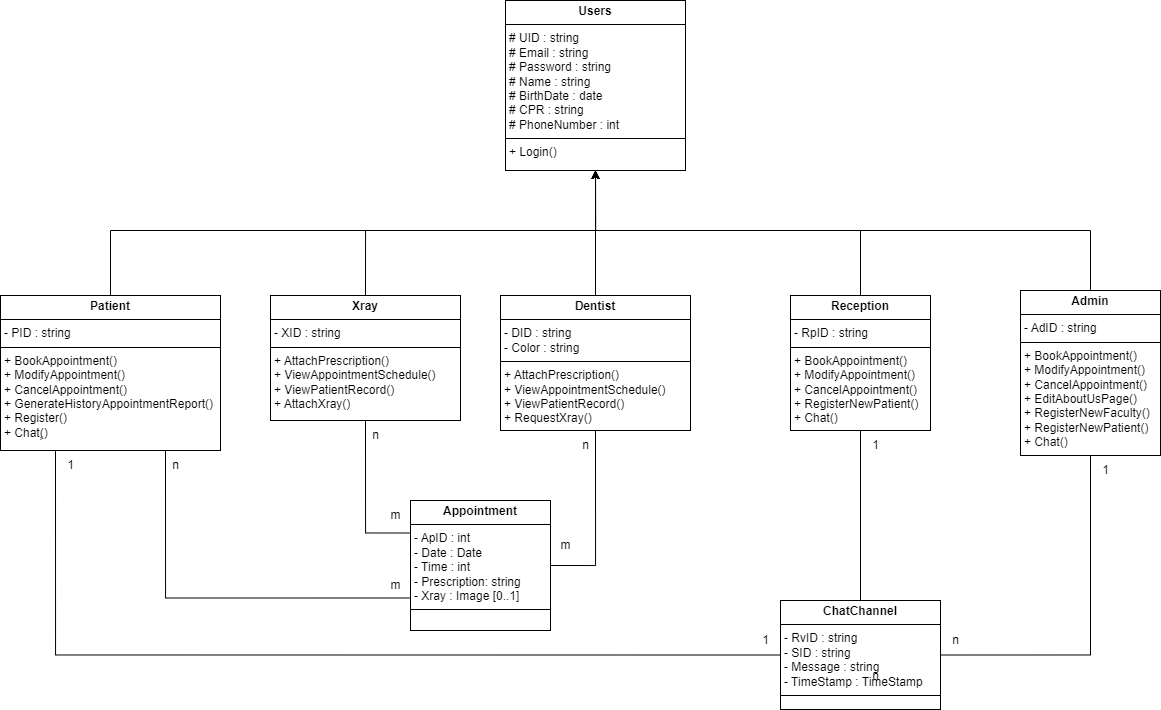
Before: Design/Class Diagram.png, a diagram exported from draw.io (MohamedIsa/Dental-Clinic-System). Source tidied: cells renumbered, new cells last; positions are measured from the earlier drawing's top-left corner, leaving out a move shared by most shapes.
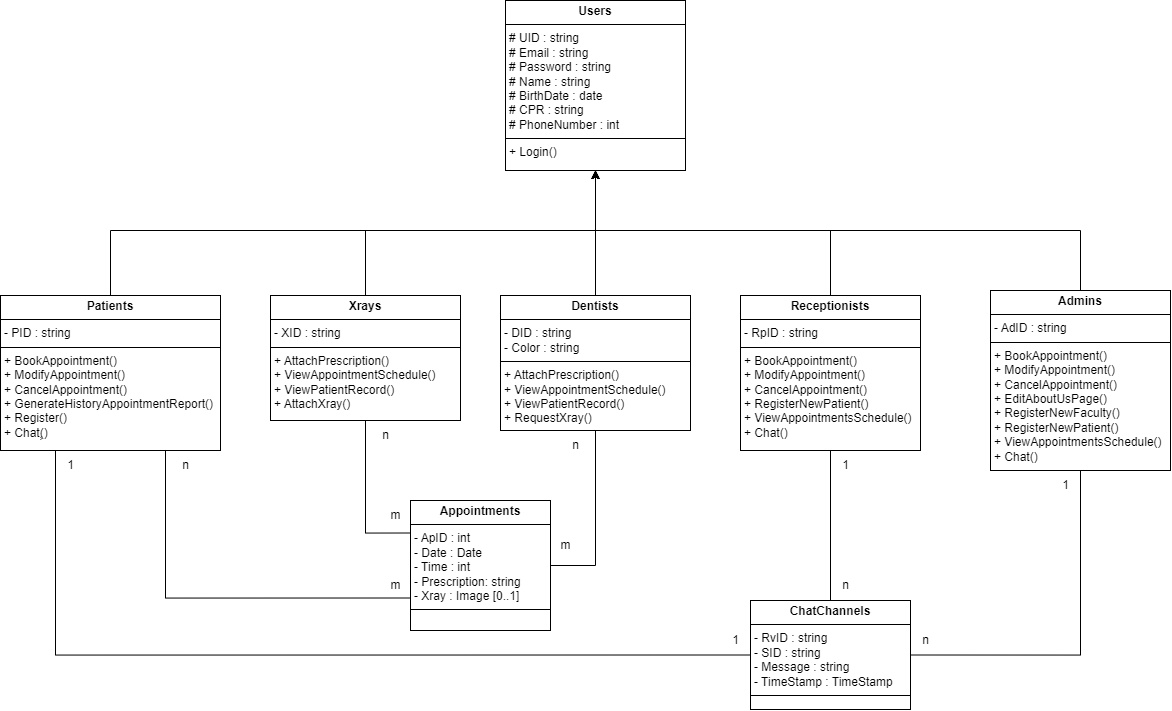
Later version of the same file.

Commit message:
Update Class Diagram

Diff of the diagram source:
```diff
@@ -7,3 +7,3 @@
     </mxCell>
-    <mxCell id="3" value="&lt;p style=&quot;margin:0px;margin-top:4px;text-align:center;&quot;&gt;&lt;b&gt;Dentist&lt;/b&gt;&lt;/p&gt;&lt;hr size=&quot;1&quot; style=&quot;border-style:solid;&quot;&gt;&lt;p style=&quot;margin:0px;margin-left:4px;&quot;&gt;- DID : string&lt;/p&gt;&lt;p style=&quot;margin:0px;margin-left:4px;&quot;&gt;- Color : string&lt;/p&gt;&lt;hr size=&quot;1&quot; style=&quot;border-style:solid;&quot;&gt;&lt;p style=&quot;margin:0px;margin-left:4px;&quot;&gt;&lt;span style=&quot;background-color: initial;&quot;&gt;+ AttachPrescription()&lt;/span&gt;&lt;br&gt;&lt;/p&gt;&lt;p style=&quot;margin:0px;margin-left:4px;&quot;&gt;+ ViewAppointmentSchedule()&lt;/p&gt;&lt;p style=&quot;margin:0px;margin-left:4px;&quot;&gt;+ ViewPatientRecord()&lt;/p&gt;&lt;p style=&quot;margin:0px;margin-left:4px;&quot;&gt;+ RequestXray()&lt;/p&gt;&lt;p style=&quot;margin:0px;margin-left:4px;&quot;&gt;&lt;br&gt;&lt;/p&gt;" style="verticalAlign=top;align=left;overflow=fill;html=1;whiteSpace=wrap;" parent="1" vertex="1">
+    <mxCell id="3" value="&lt;p style=&quot;margin:0px;margin-top:4px;text-align:center;&quot;&gt;&lt;b&gt;Dentists&lt;/b&gt;&lt;/p&gt;&lt;hr size=&quot;1&quot; style=&quot;border-style:solid;&quot;&gt;&lt;p style=&quot;margin:0px;margin-left:4px;&quot;&gt;- DID : string&lt;/p&gt;&lt;p style=&quot;margin:0px;margin-left:4px;&quot;&gt;- Color : string&lt;/p&gt;&lt;hr size=&quot;1&quot; style=&quot;border-style:solid;&quot;&gt;&lt;p style=&quot;margin:0px;margin-left:4px;&quot;&gt;&lt;span style=&quot;background-color: initial;&quot;&gt;+ AttachPrescription()&lt;/span&gt;&lt;br&gt;&lt;/p&gt;&lt;p style=&quot;margin:0px;margin-left:4px;&quot;&gt;+ ViewAppointmentSchedule()&lt;/p&gt;&lt;p style=&quot;margin:0px;margin-left:4px;&quot;&gt;+ ViewPatientRecord()&lt;/p&gt;&lt;p style=&quot;margin:0px;margin-left:4px;&quot;&gt;+ RequestXray()&lt;/p&gt;&lt;p style=&quot;margin:0px;margin-left:4px;&quot;&gt;&lt;br&gt;&lt;/p&gt;" style="verticalAlign=top;align=left;overflow=fill;html=1;whiteSpace=wrap;" parent="1" vertex="1">
       <mxGeometry x="500" y="295" width="190" height="135" as="geometry" />
@@ -18,3 +18,3 @@
     </mxCell>
-    <mxCell id="5" value="&lt;p style=&quot;margin:0px;margin-top:4px;text-align:center;&quot;&gt;&lt;b&gt;Patient&lt;/b&gt;&lt;br&gt;&lt;/p&gt;&lt;hr size=&quot;1&quot; style=&quot;border-style:solid;&quot;&gt;&lt;p style=&quot;margin:0px;margin-left:4px;&quot;&gt;- PID : string&lt;br&gt;&lt;/p&gt;&lt;hr size=&quot;1&quot; style=&quot;border-style:solid;&quot;&gt;&lt;p style=&quot;margin:0px;margin-left:4px;&quot;&gt;+ BookAppointment()&lt;span style=&quot;background-color: initial;&quot;&gt;&lt;br&gt;&lt;/span&gt;&lt;/p&gt;&lt;p style=&quot;margin:0px;margin-left:4px;&quot;&gt;+ ModifyAppointment()&lt;/p&gt;&lt;p style=&quot;margin:0px;margin-left:4px;&quot;&gt;&lt;span style=&quot;background-color: initial;&quot;&gt;+ CancelAppointment()&lt;/span&gt;&lt;br&gt;&lt;/p&gt;&lt;p style=&quot;margin:0px;margin-left:4px;&quot;&gt;+ GenerateHistoryAppointmentReport()&lt;span style=&quot;background-color: initial;&quot;&gt;&lt;br&gt;&lt;/span&gt;&lt;/p&gt;&lt;p style=&quot;margin:0px;margin-left:4px;&quot;&gt;+ Register()&lt;/p&gt;&lt;p style=&quot;margin:0px;margin-left:4px;&quot;&gt;+ Chat(ٍ)&lt;span style=&quot;background-color: initial;&quot;&gt;&lt;br&gt;&lt;/span&gt;&lt;/p&gt;&lt;p style=&quot;margin:0px;margin-left:4px;&quot;&gt;&lt;span style=&quot;background-color: initial;&quot;&gt;&lt;br&gt;&lt;/span&gt;&lt;/p&gt;" style="verticalAlign=top;align=left;overflow=fill;html=1;whiteSpace=wrap;" parent="1" vertex="1">
+    <mxCell id="5" value="&lt;p style=&quot;margin:0px;margin-top:4px;text-align:center;&quot;&gt;&lt;b&gt;Patients&lt;/b&gt;&lt;br&gt;&lt;/p&gt;&lt;hr size=&quot;1&quot; style=&quot;border-style:solid;&quot;&gt;&lt;p style=&quot;margin:0px;margin-left:4px;&quot;&gt;- PID : string&lt;br&gt;&lt;/p&gt;&lt;hr size=&quot;1&quot; style=&quot;border-style:solid;&quot;&gt;&lt;p style=&quot;margin:0px;margin-left:4px;&quot;&gt;+ BookAppointment()&lt;span style=&quot;background-color: initial;&quot;&gt;&lt;br&gt;&lt;/span&gt;&lt;/p&gt;&lt;p style=&quot;margin:0px;margin-left:4px;&quot;&gt;+ ModifyAppointment()&lt;/p&gt;&lt;p style=&quot;margin:0px;margin-left:4px;&quot;&gt;&lt;span style=&quot;background-color: initial;&quot;&gt;+ CancelAppointment()&lt;/span&gt;&lt;br&gt;&lt;/p&gt;&lt;p style=&quot;margin:0px;margin-left:4px;&quot;&gt;+ GenerateHistoryAppointmentReport()&lt;span style=&quot;background-color: initial;&quot;&gt;&lt;br&gt;&lt;/span&gt;&lt;/p&gt;&lt;p style=&quot;margin:0px;margin-left:4px;&quot;&gt;+ Register()&lt;/p&gt;&lt;p style=&quot;margin:0px;margin-left:4px;&quot;&gt;+ Chat(ٍ)&lt;span style=&quot;background-color: initial;&quot;&gt;&lt;br&gt;&lt;/span&gt;&lt;/p&gt;&lt;p style=&quot;margin:0px;margin-left:4px;&quot;&gt;&lt;span style=&quot;background-color: initial;&quot;&gt;&lt;br&gt;&lt;/span&gt;&lt;/p&gt;" style="verticalAlign=top;align=left;overflow=fill;html=1;whiteSpace=wrap;" parent="1" vertex="1">
       <mxGeometry y="295" width="220" height="155" as="geometry" />
@@ -27,3 +27,3 @@
         <Array as="points">
-          <mxPoint x="1090" y="230" />
+          <mxPoint x="1080" y="230" />
           <mxPoint x="595" y="230" />
@@ -32,6 +32,6 @@
     </mxCell>
-    <mxCell id="8" value="&lt;p style=&quot;margin:0px;margin-top:4px;text-align:center;&quot;&gt;&lt;b&gt;Admin&lt;/b&gt;&lt;br&gt;&lt;/p&gt;&lt;hr size=&quot;1&quot; style=&quot;border-style:solid;&quot;&gt;&lt;p style=&quot;margin: 0px 0px 0px 4px;&quot;&gt;- AdID : string&lt;br&gt;&lt;/p&gt;&lt;hr size=&quot;1&quot; style=&quot;border-style:solid;&quot;&gt;&lt;p style=&quot;margin:0px;margin-left:4px;&quot;&gt;+ BookAppointment()&lt;span style=&quot;background-color: initial;&quot;&gt;&lt;br&gt;&lt;/span&gt;&lt;/p&gt;&lt;p style=&quot;margin:0px;margin-left:4px;&quot;&gt;+ ModifyAppointment()&lt;/p&gt;&lt;p style=&quot;margin:0px;margin-left:4px;&quot;&gt;&lt;span style=&quot;background-color: initial;&quot;&gt;+ CancelAppointment()&lt;/span&gt;&lt;/p&gt;&lt;p style=&quot;margin:0px;margin-left:4px;&quot;&gt;+ EditAboutUsPage()&lt;/p&gt;&lt;p style=&quot;margin:0px;margin-left:4px;&quot;&gt;+ RegisterNewFaculty()&lt;/p&gt;&lt;p style=&quot;margin:0px;margin-left:4px;&quot;&gt;+ RegisterNewPatient()&lt;br&gt;&lt;/p&gt;&lt;p style=&quot;margin:0px;margin-left:4px;&quot;&gt;+ Chat()&lt;/p&gt;" style="verticalAlign=top;align=left;overflow=fill;html=1;whiteSpace=wrap;" parent="1" vertex="1">
-      <mxGeometry x="1020" y="290" width="140" height="165" as="geometry" />
+    <mxCell id="8" value="&lt;p style=&quot;margin:0px;margin-top:4px;text-align:center;&quot;&gt;&lt;b&gt;Admins&lt;/b&gt;&lt;br&gt;&lt;/p&gt;&lt;hr size=&quot;1&quot; style=&quot;border-style:solid;&quot;&gt;&lt;p style=&quot;margin: 0px 0px 0px 4px;&quot;&gt;- AdID : string&lt;br&gt;&lt;/p&gt;&lt;hr size=&quot;1&quot; style=&quot;border-style:solid;&quot;&gt;&lt;p style=&quot;margin:0px;margin-left:4px;&quot;&gt;+ BookAppointment()&lt;span style=&quot;background-color: initial;&quot;&gt;&lt;br&gt;&lt;/span&gt;&lt;/p&gt;&lt;p style=&quot;margin:0px;margin-left:4px;&quot;&gt;+ ModifyAppointment()&lt;/p&gt;&lt;p style=&quot;margin:0px;margin-left:4px;&quot;&gt;&lt;span style=&quot;background-color: initial;&quot;&gt;+ CancelAppointment()&lt;/span&gt;&lt;/p&gt;&lt;p style=&quot;margin:0px;margin-left:4px;&quot;&gt;+ EditAboutUsPage()&lt;/p&gt;&lt;p style=&quot;margin:0px;margin-left:4px;&quot;&gt;+ RegisterNewFaculty()&lt;/p&gt;&lt;p style=&quot;margin:0px;margin-left:4px;&quot;&gt;+ RegisterNewPatient()&lt;br&gt;&lt;/p&gt;&lt;p style=&quot;margin:0px;margin-left:4px;&quot;&gt;+ ViewAppointmentsSchedule()&lt;/p&gt;&lt;p style=&quot;margin:0px;margin-left:4px;&quot;&gt;+ Chat()&lt;/p&gt;" style="verticalAlign=top;align=left;overflow=fill;html=1;whiteSpace=wrap;" parent="1" vertex="1">
+      <mxGeometry x="990" y="290" width="180" height="180" as="geometry" />
     </mxCell>
-    <mxCell id="9" value="&lt;p style=&quot;margin:0px;margin-top:4px;text-align:center;&quot;&gt;&lt;b&gt;Appointment&lt;/b&gt;&lt;/p&gt;&lt;hr size=&quot;1&quot; style=&quot;border-style:solid;&quot;&gt;&lt;p style=&quot;margin:0px;margin-left:4px;&quot;&gt;- ApID : int&lt;/p&gt;&lt;p style=&quot;margin:0px;margin-left:4px;&quot;&gt;- Date : Date&lt;/p&gt;&lt;p style=&quot;margin:0px;margin-left:4px;&quot;&gt;- Time : int&lt;/p&gt;&lt;p style=&quot;margin: 0px 0px 0px 4px;&quot;&gt;- Prescription: string&lt;/p&gt;&lt;p style=&quot;margin: 0px 0px 0px 4px;&quot;&gt;&lt;span style=&quot;background-color: initial;&quot;&gt;- Xray : Image [0..1]&lt;/span&gt;&lt;/p&gt;&lt;hr size=&quot;1&quot; style=&quot;border-style:solid;&quot;&gt;&lt;p style=&quot;margin:0px;margin-left:4px;&quot;&gt;&lt;br&gt;&lt;/p&gt;" style="verticalAlign=top;align=left;overflow=fill;html=1;whiteSpace=wrap;" parent="1" vertex="1">
+    <mxCell id="9" value="&lt;p style=&quot;margin:0px;margin-top:4px;text-align:center;&quot;&gt;&lt;b&gt;Appointments&lt;/b&gt;&lt;/p&gt;&lt;hr size=&quot;1&quot; style=&quot;border-style:solid;&quot;&gt;&lt;p style=&quot;margin:0px;margin-left:4px;&quot;&gt;- ApID : int&lt;/p&gt;&lt;p style=&quot;margin:0px;margin-left:4px;&quot;&gt;- Date : Date&lt;/p&gt;&lt;p style=&quot;margin:0px;margin-left:4px;&quot;&gt;- Time : int&lt;/p&gt;&lt;p style=&quot;margin: 0px 0px 0px 4px;&quot;&gt;- Prescription: string&lt;/p&gt;&lt;p style=&quot;margin: 0px 0px 0px 4px;&quot;&gt;&lt;span style=&quot;background-color: initial;&quot;&gt;- Xray : Image [0..1]&lt;/span&gt;&lt;/p&gt;&lt;hr size=&quot;1&quot; style=&quot;border-style:solid;&quot;&gt;&lt;p style=&quot;margin:0px;margin-left:4px;&quot;&gt;&lt;br&gt;&lt;/p&gt;" style="verticalAlign=top;align=left;overflow=fill;html=1;whiteSpace=wrap;" parent="1" vertex="1">
       <mxGeometry x="410" y="500" width="140" height="130" as="geometry" />
@@ -46,7 +46,7 @@
     </mxCell>
-    <mxCell id="11" value="&lt;p style=&quot;margin:0px;margin-top:4px;text-align:center;&quot;&gt;&lt;b&gt;Reception&lt;/b&gt;&lt;br&gt;&lt;/p&gt;&lt;hr size=&quot;1&quot; style=&quot;border-style:solid;&quot;&gt;&lt;p style=&quot;margin: 0px 0px 0px 4px;&quot;&gt;- RpID : string&lt;br&gt;&lt;/p&gt;&lt;hr size=&quot;1&quot; style=&quot;border-style:solid;&quot;&gt;&lt;p style=&quot;margin: 0px 0px 0px 4px;&quot;&gt;+ BookAppointment()&lt;span style=&quot;background-color: initial;&quot;&gt;&lt;br&gt;&lt;/span&gt;&lt;/p&gt;&lt;p style=&quot;margin: 0px 0px 0px 4px;&quot;&gt;+ ModifyAppointment()&lt;/p&gt;&lt;p style=&quot;margin: 0px 0px 0px 4px;&quot;&gt;&lt;span style=&quot;background-color: initial;&quot;&gt;+ CancelAppointment()&lt;/span&gt;&lt;/p&gt;&lt;p style=&quot;margin: 0px 0px 0px 4px;&quot;&gt;+ RegisterNewPatient()&lt;br&gt;&lt;/p&gt;&lt;p style=&quot;margin: 0px 0px 0px 4px;&quot;&gt;+ Chat()&lt;/p&gt;" style="verticalAlign=top;align=left;overflow=fill;html=1;whiteSpace=wrap;" parent="1" vertex="1">
-      <mxGeometry x="790" y="295" width="140" height="135" as="geometry" />
+    <mxCell id="11" value="&lt;p style=&quot;margin:0px;margin-top:4px;text-align:center;&quot;&gt;&lt;b&gt;Receptionists&lt;/b&gt;&lt;br&gt;&lt;/p&gt;&lt;hr size=&quot;1&quot; style=&quot;border-style:solid;&quot;&gt;&lt;p style=&quot;margin: 0px 0px 0px 4px;&quot;&gt;- RpID : string&lt;br&gt;&lt;/p&gt;&lt;hr size=&quot;1&quot; style=&quot;border-style:solid;&quot;&gt;&lt;p style=&quot;margin: 0px 0px 0px 4px;&quot;&gt;+ BookAppointment()&lt;span style=&quot;background-color: initial;&quot;&gt;&lt;br&gt;&lt;/span&gt;&lt;/p&gt;&lt;p style=&quot;margin: 0px 0px 0px 4px;&quot;&gt;+ ModifyAppointment()&lt;/p&gt;&lt;p style=&quot;margin: 0px 0px 0px 4px;&quot;&gt;&lt;span style=&quot;background-color: initial;&quot;&gt;+ CancelAppointment()&lt;/span&gt;&lt;/p&gt;&lt;p style=&quot;margin: 0px 0px 0px 4px;&quot;&gt;+ RegisterNewPatient()&lt;br&gt;&lt;/p&gt;&lt;p style=&quot;margin: 0px 0px 0px 4px;&quot;&gt;+ ViewAppointmentsSchedule()&lt;br&gt;&lt;/p&gt;&lt;p style=&quot;margin: 0px 0px 0px 4px;&quot;&gt;+ Chat()&lt;/p&gt;" style="verticalAlign=top;align=left;overflow=fill;html=1;whiteSpace=wrap;" parent="1" vertex="1">
+      <mxGeometry x="740" y="295" width="180" height="155" as="geometry" />
     </mxCell>
-    <mxCell id="12" value="&lt;p style=&quot;margin:0px;margin-top:4px;text-align:center;&quot;&gt;&lt;b&gt;ChatChannel&lt;/b&gt;&lt;/p&gt;&lt;hr size=&quot;1&quot; style=&quot;border-style:solid;&quot;&gt;&lt;p style=&quot;margin:0px;margin-left:4px;&quot;&gt;- RvID : string&lt;/p&gt;&lt;p style=&quot;margin:0px;margin-left:4px;&quot;&gt;- SID : string&lt;br&gt;&lt;/p&gt;&lt;p style=&quot;margin:0px;margin-left:4px;&quot;&gt;- Message : string&lt;/p&gt;&lt;p style=&quot;margin:0px;margin-left:4px;&quot;&gt;- TimeStamp : TimeStamp&lt;/p&gt;&lt;hr size=&quot;1&quot; style=&quot;border-style:solid;&quot;&gt;&lt;p style=&quot;margin:0px;margin-left:4px;&quot;&gt;&lt;br&gt;&lt;/p&gt;&lt;p style=&quot;margin:0px;margin-left:4px;&quot;&gt;&lt;br&gt;&lt;/p&gt;" style="verticalAlign=top;align=left;overflow=fill;html=1;whiteSpace=wrap;" parent="1" vertex="1">
-      <mxGeometry x="780" y="600" width="160" height="109" as="geometry" />
+    <mxCell id="12" value="&lt;p style=&quot;margin:0px;margin-top:4px;text-align:center;&quot;&gt;&lt;b&gt;ChatChannels&lt;/b&gt;&lt;/p&gt;&lt;hr size=&quot;1&quot; style=&quot;border-style:solid;&quot;&gt;&lt;p style=&quot;margin:0px;margin-left:4px;&quot;&gt;- RvID : string&lt;/p&gt;&lt;p style=&quot;margin:0px;margin-left:4px;&quot;&gt;- SID : string&lt;br&gt;&lt;/p&gt;&lt;p style=&quot;margin:0px;margin-left:4px;&quot;&gt;- Message : string&lt;/p&gt;&lt;p style=&quot;margin:0px;margin-left:4px;&quot;&gt;- TimeStamp : TimeStamp&lt;/p&gt;&lt;hr size=&quot;1&quot; style=&quot;border-style:solid;&quot;&gt;&lt;p style=&quot;margin:0px;margin-left:4px;&quot;&gt;&lt;br&gt;&lt;/p&gt;&lt;p style=&quot;margin:0px;margin-left:4px;&quot;&gt;&lt;br&gt;&lt;/p&gt;" style="verticalAlign=top;align=left;overflow=fill;html=1;whiteSpace=wrap;" parent="1" vertex="1">
+      <mxGeometry x="750" y="600" width="160" height="109" as="geometry" />
     </mxCell>
@@ -60,3 +60,3 @@
     </mxCell>
-    <mxCell id="14" value="&lt;p style=&quot;margin:0px;margin-top:4px;text-align:center;&quot;&gt;&lt;b&gt;Xray&lt;/b&gt;&lt;/p&gt;&lt;hr size=&quot;1&quot; style=&quot;border-style:solid;&quot;&gt;&lt;p style=&quot;margin:0px;margin-left:4px;&quot;&gt;- XID : string&lt;br&gt;&lt;/p&gt;&lt;hr size=&quot;1&quot; style=&quot;border-style:solid;&quot;&gt;&lt;p style=&quot;margin: 0px 0px 0px 4px;&quot;&gt;&lt;span style=&quot;background-color: initial;&quot;&gt;+ AttachPrescription()&lt;/span&gt;&lt;br&gt;&lt;/p&gt;&lt;p style=&quot;margin: 0px 0px 0px 4px;&quot;&gt;+ ViewAppointmentSchedule()&lt;/p&gt;&lt;p style=&quot;margin: 0px 0px 0px 4px;&quot;&gt;+ ViewPatientRecord()&lt;/p&gt;&lt;p style=&quot;margin: 0px 0px 0px 4px;&quot;&gt;+ AttachXray()&lt;/p&gt;&lt;p style=&quot;margin:0px;margin-left:4px;&quot;&gt;&lt;br&gt;&lt;/p&gt;" style="verticalAlign=top;align=left;overflow=fill;html=1;whiteSpace=wrap;" parent="1" vertex="1">
+    <mxCell id="14" value="&lt;p style=&quot;margin:0px;margin-top:4px;text-align:center;&quot;&gt;&lt;b&gt;Xrays&lt;/b&gt;&lt;/p&gt;&lt;hr size=&quot;1&quot; style=&quot;border-style:solid;&quot;&gt;&lt;p style=&quot;margin:0px;margin-left:4px;&quot;&gt;- XID : string&lt;br&gt;&lt;/p&gt;&lt;hr size=&quot;1&quot; style=&quot;border-style:solid;&quot;&gt;&lt;p style=&quot;margin: 0px 0px 0px 4px;&quot;&gt;&lt;span style=&quot;background-color: initial;&quot;&gt;+ AttachPrescription()&lt;/span&gt;&lt;br&gt;&lt;/p&gt;&lt;p style=&quot;margin: 0px 0px 0px 4px;&quot;&gt;+ ViewAppointmentSchedule()&lt;/p&gt;&lt;p style=&quot;margin: 0px 0px 0px 4px;&quot;&gt;+ ViewPatientRecord()&lt;/p&gt;&lt;p style=&quot;margin: 0px 0px 0px 4px;&quot;&gt;+ AttachXray()&lt;/p&gt;&lt;p style=&quot;margin:0px;margin-left:4px;&quot;&gt;&lt;br&gt;&lt;/p&gt;" style="verticalAlign=top;align=left;overflow=fill;html=1;whiteSpace=wrap;" parent="1" vertex="1">
       <mxGeometry x="270" y="295" width="190" height="125" as="geometry" />
@@ -71,3 +71,3 @@
     <mxCell id="16" value="n" style="text;html=1;align=center;verticalAlign=middle;strokeColor=none;fillColor=none;" parent="1" vertex="1">
-      <mxGeometry x="160" y="450" width="30" height="30" as="geometry" />
+      <mxGeometry x="170" y="450" width="30" height="30" as="geometry" />
     </mxCell>
@@ -83,3 +83,3 @@
     <mxCell id="20" value="1" style="text;html=1;align=center;verticalAlign=middle;strokeColor=none;fillColor=none;" parent="1" vertex="1">
-      <mxGeometry x="750" y="625" width="30" height="30" as="geometry" />
+      <mxGeometry x="720" y="625" width="30" height="30" as="geometry" />
     </mxCell>
@@ -89,6 +89,6 @@
     <mxCell id="22" value="n" style="text;html=1;align=center;verticalAlign=middle;strokeColor=none;fillColor=none;" parent="1" vertex="1">
-      <mxGeometry x="860" y="661" width="30" height="30" as="geometry" />
+      <mxGeometry x="830" y="570" width="30" height="30" as="geometry" />
     </mxCell>
     <mxCell id="23" value="1" style="text;html=1;align=center;verticalAlign=middle;strokeColor=none;fillColor=none;" parent="1" vertex="1">
-      <mxGeometry x="860" y="430" width="30" height="30" as="geometry" />
+      <mxGeometry x="830" y="450" width="30" height="30" as="geometry" />
     </mxCell>
@@ -98,6 +98,6 @@
     <mxCell id="25" value="n" style="text;html=1;align=center;verticalAlign=middle;strokeColor=none;fillColor=none;" parent="1" vertex="1">
-      <mxGeometry x="940" y="625" width="30" height="30" as="geometry" />
+      <mxGeometry x="910" y="625" width="30" height="30" as="geometry" />
     </mxCell>
     <mxCell id="26" value="1" style="text;html=1;align=center;verticalAlign=middle;strokeColor=none;fillColor=none;" parent="1" vertex="1">
-      <mxGeometry x="1090" y="455" width="30" height="30" as="geometry" />
+      <mxGeometry x="1050" y="470" width="30" height="30" as="geometry" />
     </mxCell>
@@ -107,3 +107,3 @@
     <mxCell id="28" value="n" style="text;html=1;align=center;verticalAlign=middle;strokeColor=none;fillColor=none;" parent="1" vertex="1">
-      <mxGeometry x="360" y="420" width="30" height="30" as="geometry" />
+      <mxGeometry x="370" y="420" width="30" height="30" as="geometry" />
     </mxCell>
@@ -119,3 +119,3 @@
     <mxCell id="32" value="n" style="text;html=1;align=center;verticalAlign=middle;strokeColor=none;fillColor=none;" parent="1" vertex="1">
-      <mxGeometry x="570" y="430" width="30" height="30" as="geometry" />
+      <mxGeometry x="560" y="430" width="30" height="30" as="geometry" />
     </mxCell>
```
